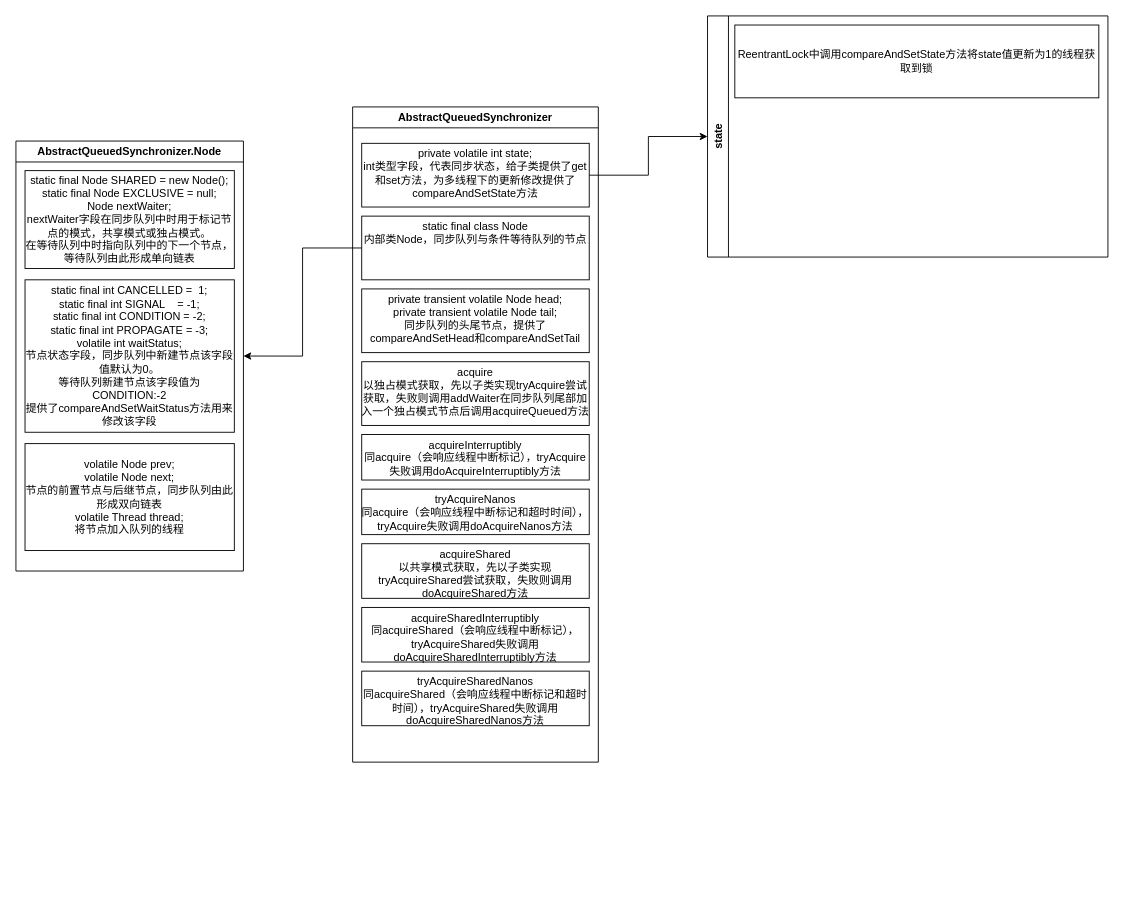
Before: AbstractQueuedSynchronizer.drawio in a7956232/drawIOFiles, a draw.io diagram. Source tidied: cells renumbered, new cells numbered last; positions are measured from the earlier drawing's top-left corner, leaving out a move shared by most shapes. Both pictures are drawn from the tidied source at 91%, with x=0, y=0 at pixel (15, 15).
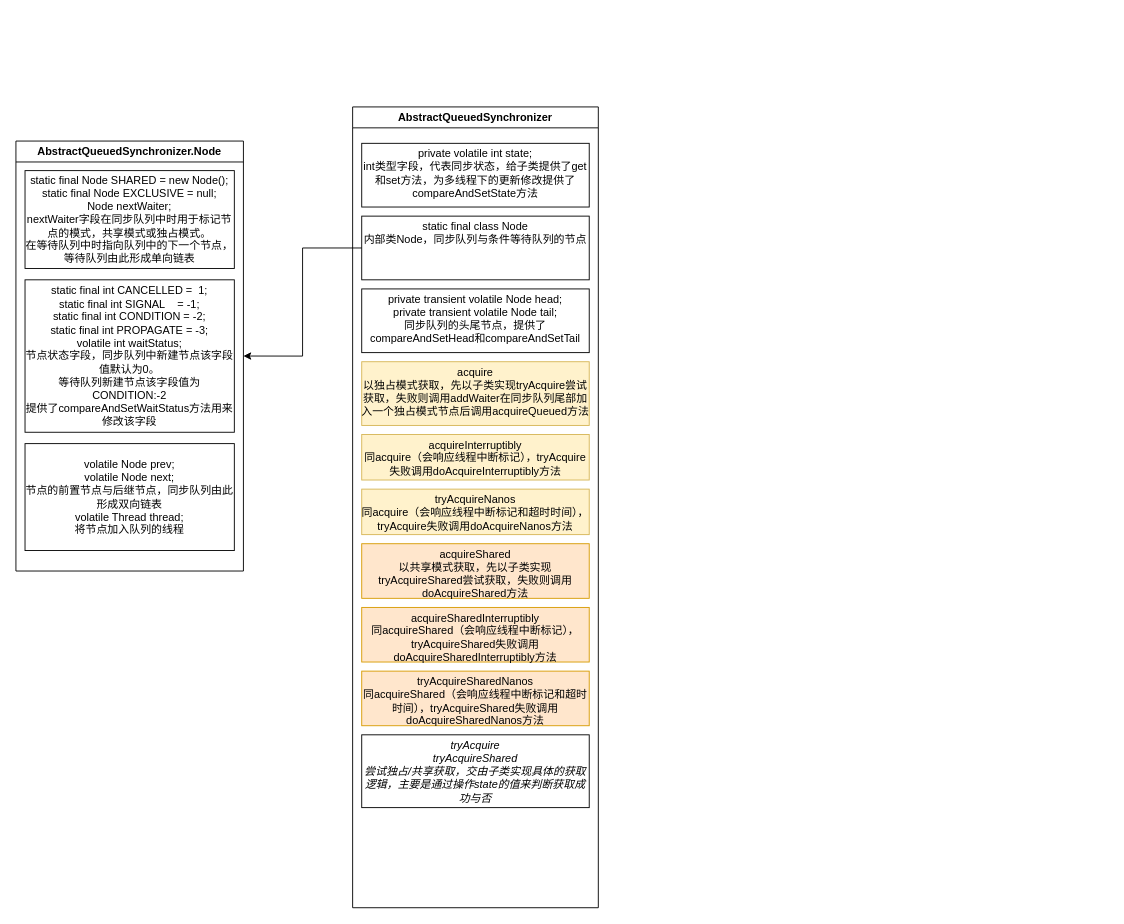
Above is the later version.

Diff of the diagram source:
```diff
@@
 <mxGraphModel>
   <root>
     <mxCell id="0" />
     <mxCell id="1" parent="0" />
     <mxCell id="2" value="&lt;pre style=&quot;&quot;&gt;&lt;font style=&quot;font-size: 12px;&quot; face=&quot;Helvetica&quot;&gt;AbstractQueuedSynchronizer&lt;/font&gt;&lt;/pre&gt;" style="swimlane;whiteSpace=wrap;html=1;" parent="1" vertex="1">
-      <mxGeometry x="370" y="100" width="270" height="720" as="geometry" />
+      <mxGeometry x="370" y="100" width="270" height="880" as="geometry" />
     </mxCell>
     <mxCell id="3" value="private volatile int state;&#10;int类型字段，代表同步状态，给子类提供了get和set方法，为多线程下的更新修改提供了compareAndSetState方法" style="rounded=0;whiteSpace=wrap;labelBackgroundColor=none;fontFamily=Helvetica;fontSize=12;fontColor=#000000;verticalAlign=top;spacing=0;" parent="2" vertex="1">
       <mxGeometry x="10" y="40" width="250" height="70" as="geometry" />
     </mxCell>
     <mxCell id="4" value="static final class Node&#10;内部类Node，同步队列与条件等待队列的节点" style="rounded=0;whiteSpace=wrap;labelBackgroundColor=none;fontFamily=Helvetica;fontSize=12;fontColor=#000000;verticalAlign=top;spacing=0;" parent="2" vertex="1">
       <mxGeometry x="10" y="120" width="250" height="70" as="geometry" />
     </mxCell>
-    <mxCell id="5" value="acquire&#10;以独占模式获取，先以子类实现tryAcquire尝试获取，失败则调用addWaiter在同步队列尾部加入一个独占模式节点后调用acquireQueued方法" style="rounded=0;labelBackgroundColor=none;fontFamily=Helvetica;fontSize=12;fontColor=#000000;verticalAlign=top;spacing=0;whiteSpace=wrap;" parent="2" vertex="1">
+    <mxCell id="5" value="acquire&#10;以独占模式获取，先以子类实现tryAcquire尝试获取，失败则调用addWaiter在同步队列尾部加入一个独占模式节点后调用acquireQueued方法" style="rounded=0;labelBackgroundColor=none;fontFamily=Helvetica;fontSize=12;verticalAlign=top;spacing=0;whiteSpace=wrap;fillColor=#fff2cc;strokeColor=#d6b656;" parent="2" vertex="1">
       <mxGeometry x="10" y="280" width="250" height="70" as="geometry" />
     </mxCell>
     <mxCell id="6" value="private transient volatile Node head;&#10;private transient volatile Node tail;&#10;同步队列的头尾节点，提供了compareAndSetHead和compareAndSetTail" style="rounded=0;whiteSpace=wrap;labelBackgroundColor=none;fontFamily=Helvetica;fontSize=12;fontColor=#000000;verticalAlign=top;spacing=0;" parent="2" vertex="1">
       <mxGeometry x="10" y="200" width="250" height="70" as="geometry" />
     </mxCell>
-    <mxCell id="7" value="acquireInterruptibly&#10;同acquire（会响应线程中断标记），tryAcquire失败调用doAcquireInterruptibly方法" style="rounded=0;labelBackgroundColor=none;fontFamily=Helvetica;fontSize=12;fontColor=#000000;verticalAlign=top;spacing=0;whiteSpace=wrap;" parent="2" vertex="1">
+    <mxCell id="7" value="acquireInterruptibly&#10;同acquire（会响应线程中断标记），tryAcquire失败调用doAcquireInterruptibly方法" style="rounded=0;labelBackgroundColor=none;fontFamily=Helvetica;fontSize=12;verticalAlign=top;spacing=0;whiteSpace=wrap;fillColor=#fff2cc;strokeColor=#d6b656;" parent="2" vertex="1">
       <mxGeometry x="10" y="360" width="250" height="50" as="geometry" />
     </mxCell>
-    <mxCell id="8" value="tryAcquireNanos&#10;同acquire（会响应线程中断标记和超时时间），tryAcquire失败调用doAcquireNanos方法" style="rounded=0;labelBackgroundColor=none;fontFamily=Helvetica;fontSize=12;fontColor=#000000;verticalAlign=top;spacing=0;whiteSpace=wrap;" parent="2" vertex="1">
+    <mxCell id="8" value="tryAcquireNanos&#10;同acquire（会响应线程中断标记和超时时间），tryAcquire失败调用doAcquireNanos方法" style="rounded=0;labelBackgroundColor=none;fontFamily=Helvetica;fontSize=12;verticalAlign=top;spacing=0;whiteSpace=wrap;fillColor=#fff2cc;strokeColor=#d6b656;" parent="2" vertex="1">
       <mxGeometry x="10" y="420" width="250" height="50" as="geometry" />
     </mxCell>
-    <mxCell id="9" value="acquireShared&#10;以共享模式获取，先以子类实现tryAcquireShared尝试获取，失败则调用doAcquireShared方法" style="rounded=0;labelBackgroundColor=none;fontFamily=Helvetica;fontSize=12;fontColor=#000000;verticalAlign=top;spacing=0;whiteSpace=wrap;" parent="2" vertex="1">
+    <mxCell id="9" value="acquireShared&#10;以共享模式获取，先以子类实现tryAcquireShared尝试获取，失败则调用doAcquireShared方法" style="rounded=0;labelBackgroundColor=none;fontFamily=Helvetica;fontSize=12;verticalAlign=top;spacing=0;whiteSpace=wrap;fillColor=#ffe6cc;strokeColor=#d79b00;" parent="2" vertex="1">
       <mxGeometry x="10" y="480" width="250" height="60" as="geometry" />
     </mxCell>
-    <mxCell id="10" value="acquireSharedInterruptibly&#10;同acquireShared（会响应线程中断标记），tryAcquireShared失败调用doAcquireSharedInterruptibly方法" style="rounded=0;labelBackgroundColor=none;fontFamily=Helvetica;fontSize=12;fontColor=#000000;verticalAlign=top;spacing=0;whiteSpace=wrap;" parent="2" vertex="1">
+    <mxCell id="10" value="acquireSharedInterruptibly&#10;同acquireShared（会响应线程中断标记），tryAcquireShared失败调用doAcquireSharedInterruptibly方法" style="rounded=0;labelBackgroundColor=none;fontFamily=Helvetica;fontSize=12;verticalAlign=top;spacing=0;whiteSpace=wrap;fillColor=#ffe6cc;strokeColor=#d79b00;" parent="2" vertex="1">
       <mxGeometry x="10" y="550" width="250" height="60" as="geometry" />
     </mxCell>
-    <mxCell id="11" value="tryAcquireSharedNanos&#10;同acquireShared（会响应线程中断标记和超时时间），tryAcquireShared失败调用doAcquireSharedNanos方法" style="rounded=0;labelBackgroundColor=none;fontFamily=Helvetica;fontSize=12;fontColor=#000000;verticalAlign=top;spacing=0;whiteSpace=wrap;" parent="2" vertex="1">
+    <mxCell id="11" value="tryAcquireSharedNanos&#10;同acquireShared（会响应线程中断标记和超时时间），tryAcquireShared失败调用doAcquireSharedNanos方法" style="rounded=0;labelBackgroundColor=none;fontFamily=Helvetica;fontSize=12;verticalAlign=top;spacing=0;whiteSpace=wrap;fillColor=#ffe6cc;strokeColor=#d79b00;" parent="2" vertex="1">
       <mxGeometry x="10" y="620" width="250" height="60" as="geometry" />
     </mxCell>
+    <mxCell id="20" value="tryAcquire&#10;tryAcquireShared&#10;尝试独占/共享获取，交由子类实现具体的获取逻辑，主要是通过操作state的值来判断获取成功与否" style="rounded=0;whiteSpace=wrap;labelBackgroundColor=none;fontFamily=Helvetica;fontSize=12;fontColor=#000000;verticalAlign=top;spacing=0;fontStyle=2;" parent="2" vertex="1">
+      <mxGeometry x="10" y="690" width="250" height="80" as="geometry" />
+    </mxCell>
     <mxCell id="12" value="AbstractQueuedSynchronizer.Node" style="swimlane;whiteSpace=wrap;rounded=0;labelBackgroundColor=none;strokeColor=default;fontFamily=Helvetica;fontSize=12;fontColor=#000000;fillColor=default;" parent="1" vertex="1">
       <mxGeometry y="137.5" width="250" height="472.5" as="geometry" />
     </mxCell>
     <mxCell id="13" value="static final Node SHARED = new Node();&lt;br&gt;static final Node EXCLUSIVE = null;&lt;br&gt;Node nextWaiter;&lt;br&gt;nextWaiter字段在同步队列中时用于标记节点的模式，共享模式或独占模式。&lt;br&gt;在等待队列中时指向队列中的下一个节点，等待队列由此形成单向链表" style="rounded=0;whiteSpace=wrap;html=1;labelBackgroundColor=none;strokeColor=default;fontFamily=Helvetica;fontSize=12;fontColor=#000000;fillColor=default;" parent="12" vertex="1">
       <mxGeometry x="10" y="32.5" width="230" height="107.5" as="geometry" />
     </mxCell>
     <mxCell id="14" value="&lt;div&gt;static final int CANCELLED =&amp;nbsp; 1;&lt;br&gt;&lt;/div&gt;&lt;div&gt;static final int SIGNAL&amp;nbsp; &amp;nbsp; = -1;&lt;/div&gt;&lt;div&gt;&lt;span style=&quot;background-color: initial;&quot;&gt;static final int CONDITION = -2;&lt;/span&gt;&lt;/div&gt;&lt;div&gt;&lt;span style=&quot;background-color: initial;&quot;&gt;static final int PROPAGATE = -3;&lt;/span&gt;&lt;/div&gt;&lt;div&gt;&lt;span style=&quot;background-color: initial;&quot;&gt;volatile int waitStatus;&lt;/span&gt;&lt;/div&gt;&lt;div&gt;&lt;span style=&quot;background-color: initial;&quot;&gt;节点状态字段，同步队列中新建节点该字段值默认为0。&lt;/span&gt;&lt;/div&gt;&lt;div&gt;&lt;span style=&quot;background-color: initial;&quot;&gt;等待队列新建节点该字段值为CONDITION:-2&lt;/span&gt;&lt;/div&gt;&lt;div&gt;&lt;span style=&quot;background-color: initial;&quot;&gt;提供了&lt;/span&gt;compareAndSetWaitStatus方法用来修改该字段&lt;/div&gt;" style="rounded=0;whiteSpace=wrap;html=1;labelBackgroundColor=none;strokeColor=default;fontFamily=Helvetica;fontSize=12;fontColor=#000000;fillColor=default;" parent="12" vertex="1">
       <mxGeometry x="10" y="152.5" width="230" height="167.5" as="geometry" />
     </mxCell>
     <mxCell id="15" value="volatile Node prev;&lt;br&gt;volatile Node next;&lt;br&gt;节点的前置节点与后继节点，同步队列由此形成双向链表&lt;br&gt;volatile Thread thread;&lt;br&gt;将节点加入队列的线程" style="rounded=0;whiteSpace=wrap;html=1;labelBackgroundColor=none;strokeColor=default;fontFamily=Helvetica;fontSize=12;fontColor=#000000;fillColor=default;" parent="12" vertex="1">
       <mxGeometry x="10" y="332.5" width="230" height="117.5" as="geometry" />
     </mxCell>
     <mxCell id="16" style="edgeStyle=orthogonalEdgeStyle;rounded=0;jettySize=auto;html=1;fontFamily=Helvetica;fontSize=12;fontColor=#000000;entryX=1;entryY=0.5;entryDx=0;entryDy=0;" parent="1" edge="1" source="4" target="12">
       <mxGeometry relative="1" as="geometry" />
     </mxCell>
-    <mxCell id="17" style="edgeStyle=orthogonalEdgeStyle;rounded=0;jettySize=auto;html=1;fontFamily=Helvetica;fontSize=12;fontColor=#000000;entryX=0;entryY=0.5;entryDx=0;entryDy=0;" parent="1" edge="1" source="3" target="18">
-      <mxGeometry relative="1" as="geometry" />
-    </mxCell>
-    <mxCell id="18" value="state" style="swimlane;horizontal=0;whiteSpace=wrap;html=1;rounded=0;labelBackgroundColor=none;strokeColor=default;fontFamily=Helvetica;fontSize=12;fontColor=#000000;fillColor=default;" parent="1" vertex="1">
-      <mxGeometry x="760" width="440" height="265" as="geometry" />
-    </mxCell>
-    <mxCell id="19" value="ReentrantLock中调用compareAndSetState方法将state值更新为1的线程获取到锁" style="rounded=0;whiteSpace=wrap;html=1;labelBackgroundColor=none;strokeColor=default;fontFamily=Helvetica;fontSize=12;fontColor=#000000;fillColor=default;" parent="18" vertex="1">
-      <mxGeometry x="30" y="10" width="400" height="80" as="geometry" />
-    </mxCell>
   </root>
 </mxGraphModel>
```
